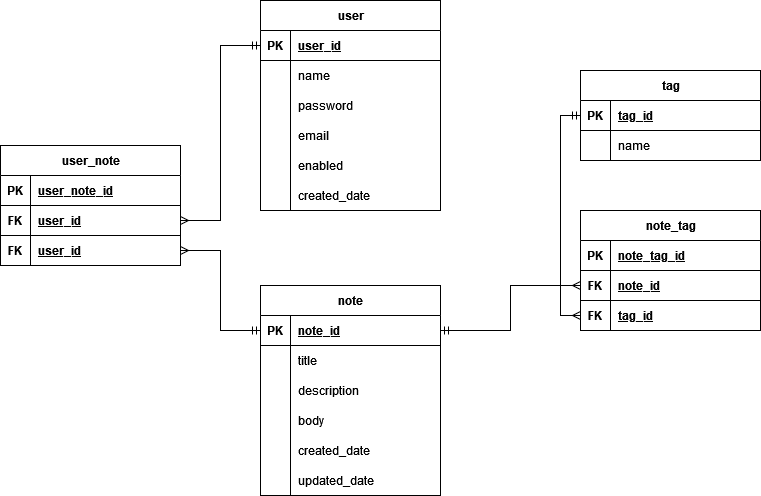
Tomasz-Zdeb/Software-Engineering-Class-Project keeps this draw.io diagram as DB/ERD-diagram.drawio.png. Above is the earlier version. Source tidied: cells renumbered, new cells last; positions are measured from the earlier drawing's top-left corner, leaving out a move shared by most shapes. Its diagram source:
```xml
<mxGraphModel>
  <root>
    <mxCell id="0" />
    <mxCell id="1" parent="0" />
    <mxCell id="2" value="user" style="shape=table;startSize=30;rowLines=0;fontStyle=1;align=center;html=1;" parent="1" vertex="1">
      <mxGeometry x="260" width="180" height="210" as="geometry" />
    </mxCell>
    <mxCell id="3" style="shape=tableRow;horizontal=0;startSize=0;swimlaneHead=0;swimlaneBody=0;fillColor=none;points=[[0,0.5],[1,0.5]];portConstraint=eastwest;top=0;left=0;right=0;bottom=1;" parent="2" vertex="1">
      <mxGeometry y="30" width="180" height="30" as="geometry" />
    </mxCell>
    <mxCell id="4" value="PK" style="shape=partialRectangle;fillColor=none;top=0;left=0;bottom=0;right=0;fontStyle=1;overflow=hidden;whiteSpace=wrap;html=1;" parent="3" vertex="1">
      <mxGeometry width="30" height="30" as="geometry" />
    </mxCell>
    <mxCell id="5" value="user_id" style="shape=partialRectangle;fillColor=none;top=0;left=0;bottom=0;right=0;align=left;spacingLeft=6;fontStyle=5;overflow=hidden;whiteSpace=wrap;html=1;" parent="3" vertex="1">
      <mxGeometry x="30" width="150" height="30" as="geometry" />
    </mxCell>
    <mxCell id="6" style="shape=tableRow;horizontal=0;startSize=0;swimlaneHead=0;swimlaneBody=0;fillColor=none;top=0;left=0;right=0;bottom=0;" parent="2" vertex="1">
      <mxGeometry y="60" width="180" height="30" as="geometry" />
    </mxCell>
    <mxCell id="7" style="shape=partialRectangle;fillColor=none;top=0;left=0;bottom=0;right=0;overflow=hidden;whiteSpace=wrap;html=1;" parent="6" vertex="1">
      <mxGeometry width="30" height="30" as="geometry" />
    </mxCell>
    <mxCell id="8" value="name" style="shape=partialRectangle;fillColor=none;top=0;left=0;bottom=0;right=0;align=left;spacingLeft=6;overflow=hidden;whiteSpace=wrap;html=1;" parent="6" vertex="1">
      <mxGeometry x="30" width="150" height="30" as="geometry" />
    </mxCell>
    <mxCell id="9" style="shape=tableRow;horizontal=0;startSize=0;swimlaneHead=0;swimlaneBody=0;fillColor=none;top=0;left=0;right=0;bottom=0;" parent="2" vertex="1">
      <mxGeometry y="90" width="180" height="30" as="geometry" />
    </mxCell>
    <mxCell id="10" style="shape=partialRectangle;fillColor=none;top=0;left=0;bottom=0;right=0;overflow=hidden;whiteSpace=wrap;html=1;" parent="9" vertex="1">
      <mxGeometry width="30" height="30" as="geometry" />
    </mxCell>
    <mxCell id="11" value="password" style="shape=partialRectangle;fillColor=none;top=0;left=0;bottom=0;right=0;align=left;spacingLeft=6;overflow=hidden;whiteSpace=wrap;html=1;" parent="9" vertex="1">
      <mxGeometry x="30" width="150" height="30" as="geometry" />
    </mxCell>
    <mxCell id="12" style="shape=tableRow;horizontal=0;startSize=0;swimlaneHead=0;swimlaneBody=0;fillColor=none;top=0;left=0;right=0;bottom=0;" parent="2" vertex="1">
      <mxGeometry y="120" width="180" height="30" as="geometry" />
    </mxCell>
    <mxCell id="13" style="shape=partialRectangle;fillColor=none;top=0;left=0;bottom=0;right=0;overflow=hidden;whiteSpace=wrap;html=1;" parent="12" vertex="1">
      <mxGeometry width="30" height="30" as="geometry" />
    </mxCell>
    <mxCell id="14" value="email" style="shape=partialRectangle;fillColor=none;top=0;left=0;bottom=0;right=0;align=left;spacingLeft=6;overflow=hidden;whiteSpace=wrap;html=1;" parent="12" vertex="1">
      <mxGeometry x="30" width="150" height="30" as="geometry" />
    </mxCell>
    <mxCell id="15" style="shape=tableRow;horizontal=0;startSize=0;swimlaneHead=0;swimlaneBody=0;fillColor=none;top=0;left=0;right=0;bottom=0;" parent="2" vertex="1">
      <mxGeometry y="150" width="180" height="30" as="geometry" />
    </mxCell>
    <mxCell id="16" style="shape=partialRectangle;fillColor=none;top=0;left=0;bottom=0;right=0;overflow=hidden;whiteSpace=wrap;html=1;" parent="15" vertex="1">
      <mxGeometry width="30" height="30" as="geometry" />
    </mxCell>
    <mxCell id="17" value="enabled" style="shape=partialRectangle;fillColor=none;top=0;left=0;bottom=0;right=0;align=left;spacingLeft=6;overflow=hidden;whiteSpace=wrap;html=1;" parent="15" vertex="1">
      <mxGeometry x="30" width="150" height="30" as="geometry" />
    </mxCell>
    <mxCell id="18" style="shape=tableRow;horizontal=0;startSize=0;swimlaneHead=0;swimlaneBody=0;fillColor=none;top=0;left=0;right=0;bottom=0;" parent="2" vertex="1">
      <mxGeometry y="180" width="180" height="30" as="geometry" />
    </mxCell>
    <mxCell id="19" style="shape=partialRectangle;fillColor=none;top=0;left=0;bottom=0;right=0;overflow=hidden;whiteSpace=wrap;html=1;" parent="18" vertex="1">
      <mxGeometry width="30" height="30" as="geometry" />
    </mxCell>
    <mxCell id="20" value="created_date" style="shape=partialRectangle;fillColor=none;top=0;left=0;bottom=0;right=0;align=left;spacingLeft=6;overflow=hidden;whiteSpace=wrap;html=1;" parent="18" vertex="1">
      <mxGeometry x="30" width="150" height="30" as="geometry" />
    </mxCell>
    <mxCell id="21" value="note" style="shape=table;startSize=30;rowLines=0;fontStyle=1;align=center;html=1;" parent="1" vertex="1">
      <mxGeometry x="260" y="285" width="180" height="210" as="geometry" />
    </mxCell>
    <mxCell id="22" style="shape=tableRow;horizontal=0;startSize=0;swimlaneHead=0;swimlaneBody=0;fillColor=none;points=[[0,0.5],[1,0.5]];portConstraint=eastwest;top=0;left=0;right=0;bottom=1;" parent="21" vertex="1">
      <mxGeometry y="30" width="180" height="30" as="geometry" />
    </mxCell>
    <mxCell id="23" value="PK" style="shape=partialRectangle;fillColor=none;top=0;left=0;bottom=0;right=0;fontStyle=1;overflow=hidden;whiteSpace=wrap;html=1;" parent="22" vertex="1">
      <mxGeometry width="30" height="30" as="geometry" />
    </mxCell>
    <mxCell id="24" value="note_id" style="shape=partialRectangle;fillColor=none;top=0;left=0;bottom=0;right=0;align=left;spacingLeft=6;fontStyle=5;overflow=hidden;whiteSpace=wrap;html=1;" parent="22" vertex="1">
      <mxGeometry x="30" width="150" height="30" as="geometry" />
    </mxCell>
    <mxCell id="25" style="shape=tableRow;horizontal=0;startSize=0;swimlaneHead=0;swimlaneBody=0;fillColor=none;top=0;left=0;right=0;bottom=0;" parent="21" vertex="1">
      <mxGeometry y="60" width="180" height="30" as="geometry" />
    </mxCell>
    <mxCell id="26" style="shape=partialRectangle;fillColor=none;top=0;left=0;bottom=0;right=0;overflow=hidden;whiteSpace=wrap;html=1;" parent="25" vertex="1">
      <mxGeometry width="30" height="30" as="geometry" />
    </mxCell>
    <mxCell id="27" value="title" style="shape=partialRectangle;fillColor=none;top=0;left=0;bottom=0;right=0;align=left;spacingLeft=6;overflow=hidden;whiteSpace=wrap;html=1;" parent="25" vertex="1">
      <mxGeometry x="30" width="150" height="30" as="geometry" />
    </mxCell>
    <mxCell id="28" style="shape=tableRow;horizontal=0;startSize=0;swimlaneHead=0;swimlaneBody=0;fillColor=none;top=0;left=0;right=0;bottom=0;" parent="21" vertex="1">
      <mxGeometry y="90" width="180" height="30" as="geometry" />
    </mxCell>
    <mxCell id="29" style="shape=partialRectangle;fillColor=none;top=0;left=0;bottom=0;right=0;overflow=hidden;whiteSpace=wrap;html=1;" parent="28" vertex="1">
      <mxGeometry width="30" height="30" as="geometry" />
    </mxCell>
    <mxCell id="30" value="description" style="shape=partialRectangle;fillColor=none;top=0;left=0;bottom=0;right=0;align=left;spacingLeft=6;overflow=hidden;whiteSpace=wrap;html=1;" parent="28" vertex="1">
      <mxGeometry x="30" width="150" height="30" as="geometry" />
    </mxCell>
    <mxCell id="31" style="shape=tableRow;horizontal=0;startSize=0;swimlaneHead=0;swimlaneBody=0;fillColor=none;top=0;left=0;right=0;bottom=0;" parent="21" vertex="1">
      <mxGeometry y="120" width="180" height="30" as="geometry" />
    </mxCell>
    <mxCell id="32" style="shape=partialRectangle;fillColor=none;top=0;left=0;bottom=0;right=0;overflow=hidden;whiteSpace=wrap;html=1;" parent="31" vertex="1">
      <mxGeometry width="30" height="30" as="geometry" />
    </mxCell>
    <mxCell id="33" value="body" style="shape=partialRectangle;fillColor=none;top=0;left=0;bottom=0;right=0;align=left;spacingLeft=6;overflow=hidden;whiteSpace=wrap;html=1;" parent="31" vertex="1">
      <mxGeometry x="30" width="150" height="30" as="geometry" />
    </mxCell>
    <mxCell id="34" style="shape=tableRow;horizontal=0;startSize=0;swimlaneHead=0;swimlaneBody=0;fillColor=none;top=0;left=0;right=0;bottom=0;" parent="21" vertex="1">
      <mxGeometry y="150" width="180" height="30" as="geometry" />
    </mxCell>
    <mxCell id="35" style="shape=partialRectangle;fillColor=none;top=0;left=0;bottom=0;right=0;overflow=hidden;whiteSpace=wrap;html=1;" parent="34" vertex="1">
      <mxGeometry width="30" height="30" as="geometry" />
    </mxCell>
    <mxCell id="36" value="created_date" style="shape=partialRectangle;fillColor=none;top=0;left=0;bottom=0;right=0;align=left;spacingLeft=6;overflow=hidden;whiteSpace=wrap;html=1;" parent="34" vertex="1">
      <mxGeometry x="30" width="150" height="30" as="geometry" />
    </mxCell>
    <mxCell id="37" style="shape=tableRow;horizontal=0;startSize=0;swimlaneHead=0;swimlaneBody=0;fillColor=none;top=0;left=0;right=0;bottom=0;" parent="21" vertex="1">
      <mxGeometry y="180" width="180" height="30" as="geometry" />
    </mxCell>
    <mxCell id="38" style="shape=partialRectangle;fillColor=none;top=0;left=0;bottom=0;right=0;overflow=hidden;whiteSpace=wrap;html=1;" parent="37" vertex="1">
      <mxGeometry width="30" height="30" as="geometry" />
    </mxCell>
    <mxCell id="39" value="updated_date" style="shape=partialRectangle;fillColor=none;top=0;left=0;bottom=0;right=0;align=left;spacingLeft=6;overflow=hidden;whiteSpace=wrap;html=1;" parent="37" vertex="1">
      <mxGeometry x="30" width="150" height="30" as="geometry" />
    </mxCell>
    <mxCell id="40" value="tag" style="shape=table;startSize=30;rowLines=0;fontStyle=1;align=center;html=1;" parent="1" vertex="1">
      <mxGeometry x="580" y="70" width="180" height="90" as="geometry" />
    </mxCell>
    <mxCell id="41" style="shape=tableRow;horizontal=0;startSize=0;swimlaneHead=0;swimlaneBody=0;fillColor=none;points=[[0,0.5],[1,0.5]];portConstraint=eastwest;top=0;left=0;right=0;bottom=1;" parent="40" vertex="1">
      <mxGeometry y="30" width="180" height="30" as="geometry" />
    </mxCell>
    <mxCell id="42" value="PK" style="shape=partialRectangle;fillColor=none;top=0;left=0;bottom=0;right=0;fontStyle=1;overflow=hidden;whiteSpace=wrap;html=1;" parent="41" vertex="1">
      <mxGeometry width="30" height="30" as="geometry" />
    </mxCell>
    <mxCell id="43" value="tag_id" style="shape=partialRectangle;fillColor=none;top=0;left=0;bottom=0;right=0;align=left;spacingLeft=6;fontStyle=5;overflow=hidden;whiteSpace=wrap;html=1;" parent="41" vertex="1">
      <mxGeometry x="30" width="150" height="30" as="geometry" />
    </mxCell>
    <mxCell id="44" style="shape=tableRow;horizontal=0;startSize=0;swimlaneHead=0;swimlaneBody=0;fillColor=none;top=0;left=0;right=0;bottom=0;" parent="40" vertex="1">
      <mxGeometry y="60" width="180" height="30" as="geometry" />
    </mxCell>
    <mxCell id="45" style="shape=partialRectangle;fillColor=none;top=0;left=0;bottom=0;right=0;overflow=hidden;whiteSpace=wrap;html=1;" parent="44" vertex="1">
      <mxGeometry width="30" height="30" as="geometry" />
    </mxCell>
    <mxCell id="46" value="name" style="shape=partialRectangle;fillColor=none;top=0;left=0;bottom=0;right=0;align=left;spacingLeft=6;overflow=hidden;whiteSpace=wrap;html=1;" parent="44" vertex="1">
      <mxGeometry x="30" width="150" height="30" as="geometry" />
    </mxCell>
    <mxCell id="47" value="note_tag" style="shape=table;startSize=30;rowLines=0;fontStyle=1;align=center;html=1;" parent="1" vertex="1">
      <mxGeometry x="580" y="210" width="180" height="120" as="geometry" />
    </mxCell>
    <mxCell id="48" style="shape=tableRow;horizontal=0;startSize=0;swimlaneHead=0;swimlaneBody=0;fillColor=none;top=0;left=0;right=0;bottom=1;" parent="47" vertex="1">
      <mxGeometry y="30" width="180" height="30" as="geometry" />
    </mxCell>
    <mxCell id="49" value="PK" style="shape=partialRectangle;fillColor=none;top=0;left=0;bottom=0;right=0;fontStyle=1;overflow=hidden;whiteSpace=wrap;html=1;" parent="48" vertex="1">
      <mxGeometry width="30" height="30" as="geometry" />
    </mxCell>
    <mxCell id="50" value="note_tag_id" style="shape=partialRectangle;fillColor=none;top=0;left=0;bottom=0;right=0;align=left;spacingLeft=6;fontStyle=5;overflow=hidden;whiteSpace=wrap;html=1;" parent="48" vertex="1">
      <mxGeometry x="30" width="150" height="30" as="geometry" />
    </mxCell>
    <mxCell id="51" style="shape=tableRow;horizontal=0;startSize=0;swimlaneHead=0;swimlaneBody=0;fillColor=none;points=[[0,0.5],[1,0.5]];portConstraint=eastwest;top=0;left=0;right=0;bottom=1;" parent="47" vertex="1">
      <mxGeometry y="60" width="180" height="30" as="geometry" />
    </mxCell>
    <mxCell id="52" value="FK" style="shape=partialRectangle;fillColor=none;top=0;left=0;bottom=0;right=0;fontStyle=1;overflow=hidden;whiteSpace=wrap;html=1;" parent="51" vertex="1">
      <mxGeometry width="30" height="30" as="geometry" />
    </mxCell>
    <mxCell id="53" value="note_id" style="shape=partialRectangle;fillColor=none;top=0;left=0;bottom=0;right=0;align=left;spacingLeft=6;fontStyle=5;overflow=hidden;whiteSpace=wrap;html=1;" parent="51" vertex="1">
      <mxGeometry x="30" width="150" height="30" as="geometry" />
    </mxCell>
    <mxCell id="54" style="shape=tableRow;horizontal=0;startSize=0;swimlaneHead=0;swimlaneBody=0;fillColor=none;points=[[0,0.5],[1,0.5]];portConstraint=eastwest;top=0;left=0;right=0;bottom=1;" parent="47" vertex="1">
      <mxGeometry y="90" width="180" height="30" as="geometry" />
    </mxCell>
    <mxCell id="55" value="FK" style="shape=partialRectangle;fillColor=none;top=0;left=0;bottom=0;right=0;fontStyle=1;overflow=hidden;whiteSpace=wrap;html=1;" parent="54" vertex="1">
      <mxGeometry width="30" height="30" as="geometry" />
    </mxCell>
    <mxCell id="56" value="tag_id" style="shape=partialRectangle;fillColor=none;top=0;left=0;bottom=0;right=0;align=left;spacingLeft=6;fontStyle=5;overflow=hidden;whiteSpace=wrap;html=1;" parent="54" vertex="1">
      <mxGeometry x="30" width="150" height="30" as="geometry" />
    </mxCell>
    <mxCell id="57" value="user_note" style="shape=table;startSize=30;rowLines=0;fontStyle=1;align=center;html=1;" parent="1" vertex="1">
      <mxGeometry y="145" width="180" height="120" as="geometry" />
    </mxCell>
    <mxCell id="58" style="shape=tableRow;horizontal=0;startSize=0;swimlaneHead=0;swimlaneBody=0;fillColor=none;top=0;left=0;right=0;bottom=1;" parent="57" vertex="1">
      <mxGeometry y="30" width="180" height="30" as="geometry" />
    </mxCell>
    <mxCell id="59" value="PK" style="shape=partialRectangle;fillColor=none;top=0;left=0;bottom=0;right=0;fontStyle=1;overflow=hidden;whiteSpace=wrap;html=1;" parent="58" vertex="1">
      <mxGeometry width="30" height="30" as="geometry" />
    </mxCell>
    <mxCell id="60" value="user_note_id" style="shape=partialRectangle;fillColor=none;top=0;left=0;bottom=0;right=0;align=left;spacingLeft=6;fontStyle=5;overflow=hidden;whiteSpace=wrap;html=1;" parent="58" vertex="1">
      <mxGeometry x="30" width="150" height="30" as="geometry" />
    </mxCell>
    <mxCell id="61" style="shape=tableRow;horizontal=0;startSize=0;swimlaneHead=0;swimlaneBody=0;fillColor=none;points=[[0,0.5],[1,0.5]];portConstraint=eastwest;top=0;left=0;right=0;bottom=1;" parent="57" vertex="1">
      <mxGeometry y="60" width="180" height="30" as="geometry" />
    </mxCell>
    <mxCell id="62" value="FK" style="shape=partialRectangle;fillColor=none;top=0;left=0;bottom=0;right=0;fontStyle=1;overflow=hidden;whiteSpace=wrap;html=1;" parent="61" vertex="1">
      <mxGeometry width="30" height="30" as="geometry" />
    </mxCell>
    <mxCell id="63" value="user_id" style="shape=partialRectangle;fillColor=none;top=0;left=0;bottom=0;right=0;align=left;spacingLeft=6;fontStyle=5;overflow=hidden;whiteSpace=wrap;html=1;" parent="61" vertex="1">
      <mxGeometry x="30" width="150" height="30" as="geometry" />
    </mxCell>
    <mxCell id="64" style="shape=tableRow;horizontal=0;startSize=0;swimlaneHead=0;swimlaneBody=0;fillColor=none;points=[[0,0.5],[1,0.5]];portConstraint=eastwest;top=0;left=0;right=0;bottom=1;" parent="57" vertex="1">
      <mxGeometry y="90" width="180" height="30" as="geometry" />
    </mxCell>
    <mxCell id="65" value="FK" style="shape=partialRectangle;fillColor=none;top=0;left=0;bottom=0;right=0;fontStyle=1;overflow=hidden;whiteSpace=wrap;html=1;" parent="64" vertex="1">
      <mxGeometry width="30" height="30" as="geometry" />
    </mxCell>
    <mxCell id="66" value="user_id" style="shape=partialRectangle;fillColor=none;top=0;left=0;bottom=0;right=0;align=left;spacingLeft=6;fontStyle=5;overflow=hidden;whiteSpace=wrap;html=1;" parent="64" vertex="1">
      <mxGeometry x="30" width="150" height="30" as="geometry" />
    </mxCell>
    <mxCell id="67" style="edgeStyle=orthogonalEdgeStyle;rounded=0;jettySize=auto;html=1;exitX=0;exitY=0.5;exitDx=0;exitDy=0;entryX=0;entryY=0.5;entryDx=0;entryDy=0;endArrow=ERmany;endFill=0;startArrow=ERmandOne;startFill=0;" parent="1" edge="1" source="41" target="54">
      <mxGeometry relative="1" as="geometry" />
    </mxCell>
    <mxCell id="68" style="edgeStyle=orthogonalEdgeStyle;rounded=0;jettySize=auto;html=1;exitX=0;exitY=0.5;exitDx=0;exitDy=0;entryX=1;entryY=0.5;entryDx=0;entryDy=0;endArrow=ERmany;endFill=0;startArrow=ERmandOne;startFill=0;" parent="1" edge="1" source="3" target="61">
      <mxGeometry relative="1" as="geometry" />
    </mxCell>
    <mxCell id="69" style="edgeStyle=orthogonalEdgeStyle;rounded=0;jettySize=auto;html=1;exitX=1;exitY=0.5;exitDx=0;exitDy=0;entryX=0;entryY=0.5;entryDx=0;entryDy=0;startArrow=ERmany;startFill=0;endArrow=ERmandOne;endFill=0;" parent="1" edge="1" source="64" target="22">
      <mxGeometry relative="1" as="geometry" />
    </mxCell>
    <mxCell id="70" style="edgeStyle=orthogonalEdgeStyle;rounded=0;jettySize=auto;html=1;exitX=0;exitY=0.5;exitDx=0;exitDy=0;entryX=1;entryY=0.5;entryDx=0;entryDy=0;endArrow=ERmandOne;endFill=0;startArrow=ERmany;startFill=0;" parent="1" edge="1" source="51" target="22">
      <mxGeometry relative="1" as="geometry" />
    </mxCell>
  </root>
</mxGraphModel>
```
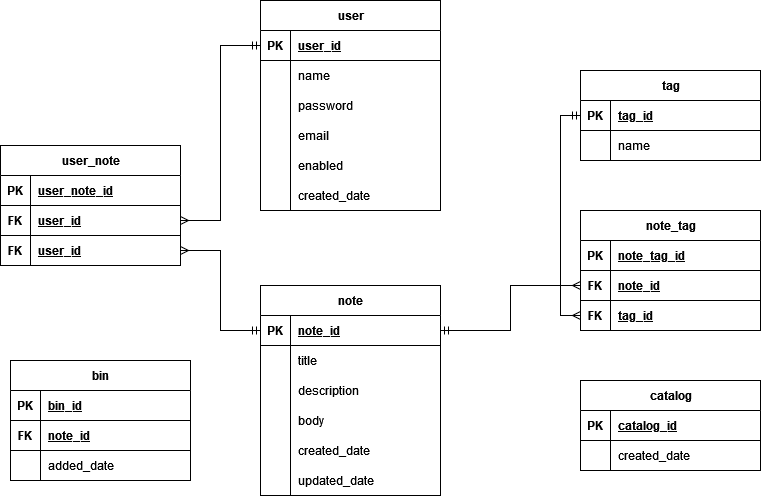
Above is the later version.

Commit message:
Created bin and catalog tables

The edit, as a diff of the source:
```diff
@@ -209,5 +209,56 @@
     <mxCell id="70" style="edgeStyle=orthogonalEdgeStyle;rounded=0;jettySize=auto;html=1;exitX=0;exitY=0.5;exitDx=0;exitDy=0;entryX=1;entryY=0.5;entryDx=0;entryDy=0;endArrow=ERmandOne;endFill=0;startArrow=ERmany;startFill=0;" parent="1" edge="1" source="51" target="22">
       <mxGeometry relative="1" as="geometry" />
     </mxCell>
+    <mxCell id="71" value="bin" style="shape=table;startSize=30;rowLines=0;fontStyle=1;align=center;html=1;" parent="1" vertex="1">
+      <mxGeometry x="10" y="360" width="180" height="120" as="geometry" />
+    </mxCell>
+    <mxCell id="72" style="shape=tableRow;horizontal=0;startSize=0;swimlaneHead=0;swimlaneBody=0;fillColor=none;top=0;left=0;right=0;bottom=1;" parent="71" vertex="1">
+      <mxGeometry y="30" width="180" height="30" as="geometry" />
+    </mxCell>
+    <mxCell id="73" value="PK" style="shape=partialRectangle;fillColor=none;top=0;left=0;bottom=0;right=0;fontStyle=1;overflow=hidden;whiteSpace=wrap;html=1;" parent="72" vertex="1">
+      <mxGeometry width="30" height="30" as="geometry" />
+    </mxCell>
+    <mxCell id="74" value="bin_id" style="shape=partialRectangle;fillColor=none;top=0;left=0;bottom=0;right=0;align=left;spacingLeft=6;fontStyle=5;overflow=hidden;whiteSpace=wrap;html=1;" parent="72" vertex="1">
+      <mxGeometry x="30" width="150" height="30" as="geometry" />
+    </mxCell>
+    <mxCell id="75" style="shape=tableRow;horizontal=0;startSize=0;swimlaneHead=0;swimlaneBody=0;fillColor=none;top=0;left=0;right=0;bottom=1;" parent="71" vertex="1">
+      <mxGeometry y="60" width="180" height="30" as="geometry" />
+    </mxCell>
+    <mxCell id="76" value="FK" style="shape=partialRectangle;fillColor=none;top=0;left=0;bottom=0;right=0;fontStyle=1;overflow=hidden;whiteSpace=wrap;html=1;" parent="75" vertex="1">
+      <mxGeometry width="30" height="30" as="geometry" />
+    </mxCell>
+    <mxCell id="77" value="note_id" style="shape=partialRectangle;fillColor=none;top=0;left=0;bottom=0;right=0;align=left;spacingLeft=6;fontStyle=5;overflow=hidden;whiteSpace=wrap;html=1;" parent="75" vertex="1">
+      <mxGeometry x="30" width="150" height="30" as="geometry" />
+    </mxCell>
+    <mxCell id="78" style="shape=tableRow;horizontal=0;startSize=0;swimlaneHead=0;swimlaneBody=0;fillColor=none;top=0;left=0;right=0;bottom=0;" parent="71" vertex="1">
+      <mxGeometry y="90" width="180" height="30" as="geometry" />
+    </mxCell>
+    <mxCell id="79" style="shape=partialRectangle;fillColor=none;top=0;left=0;bottom=0;right=0;overflow=hidden;whiteSpace=wrap;html=1;" parent="78" vertex="1">
+      <mxGeometry width="30" height="30" as="geometry" />
+    </mxCell>
+    <mxCell id="80" value="added_date" style="shape=partialRectangle;fillColor=none;top=0;left=0;bottom=0;right=0;align=left;spacingLeft=6;overflow=hidden;whiteSpace=wrap;html=1;" parent="78" vertex="1">
+      <mxGeometry x="30" width="150" height="30" as="geometry" />
+    </mxCell>
+    <mxCell id="81" value="catalog" style="shape=table;startSize=30;rowLines=0;fontStyle=1;align=center;html=1;" parent="1" vertex="1">
+      <mxGeometry x="580" y="380" width="180" height="90" as="geometry" />
+    </mxCell>
+    <mxCell id="82" style="shape=tableRow;horizontal=0;startSize=0;swimlaneHead=0;swimlaneBody=0;fillColor=none;top=0;left=0;right=0;bottom=1;" parent="81" vertex="1">
+      <mxGeometry y="30" width="180" height="30" as="geometry" />
+    </mxCell>
+    <mxCell id="83" value="PK" style="shape=partialRectangle;fillColor=none;top=0;left=0;bottom=0;right=0;fontStyle=1;overflow=hidden;whiteSpace=wrap;html=1;" parent="82" vertex="1">
+      <mxGeometry width="30" height="30" as="geometry" />
+    </mxCell>
+    <mxCell id="84" value="catalog_id" style="shape=partialRectangle;fillColor=none;top=0;left=0;bottom=0;right=0;align=left;spacingLeft=6;fontStyle=5;overflow=hidden;whiteSpace=wrap;html=1;" parent="82" vertex="1">
+      <mxGeometry x="30" width="150" height="30" as="geometry" />
+    </mxCell>
+    <mxCell id="85" style="shape=tableRow;horizontal=0;startSize=0;swimlaneHead=0;swimlaneBody=0;fillColor=none;top=0;left=0;right=0;bottom=0;" parent="81" vertex="1">
+      <mxGeometry y="60" width="180" height="30" as="geometry" />
+    </mxCell>
+    <mxCell id="86" style="shape=partialRectangle;fillColor=none;top=0;left=0;bottom=0;right=0;overflow=hidden;whiteSpace=wrap;html=1;" parent="85" vertex="1">
+      <mxGeometry width="30" height="30" as="geometry" />
+    </mxCell>
+    <mxCell id="87" value="created_date" style="shape=partialRectangle;fillColor=none;top=0;left=0;bottom=0;right=0;align=left;spacingLeft=6;overflow=hidden;whiteSpace=wrap;html=1;" parent="85" vertex="1">
+      <mxGeometry x="30" width="150" height="30" as="geometry" />
+    </mxCell>
   </root>
 </mxGraphModel>
```
